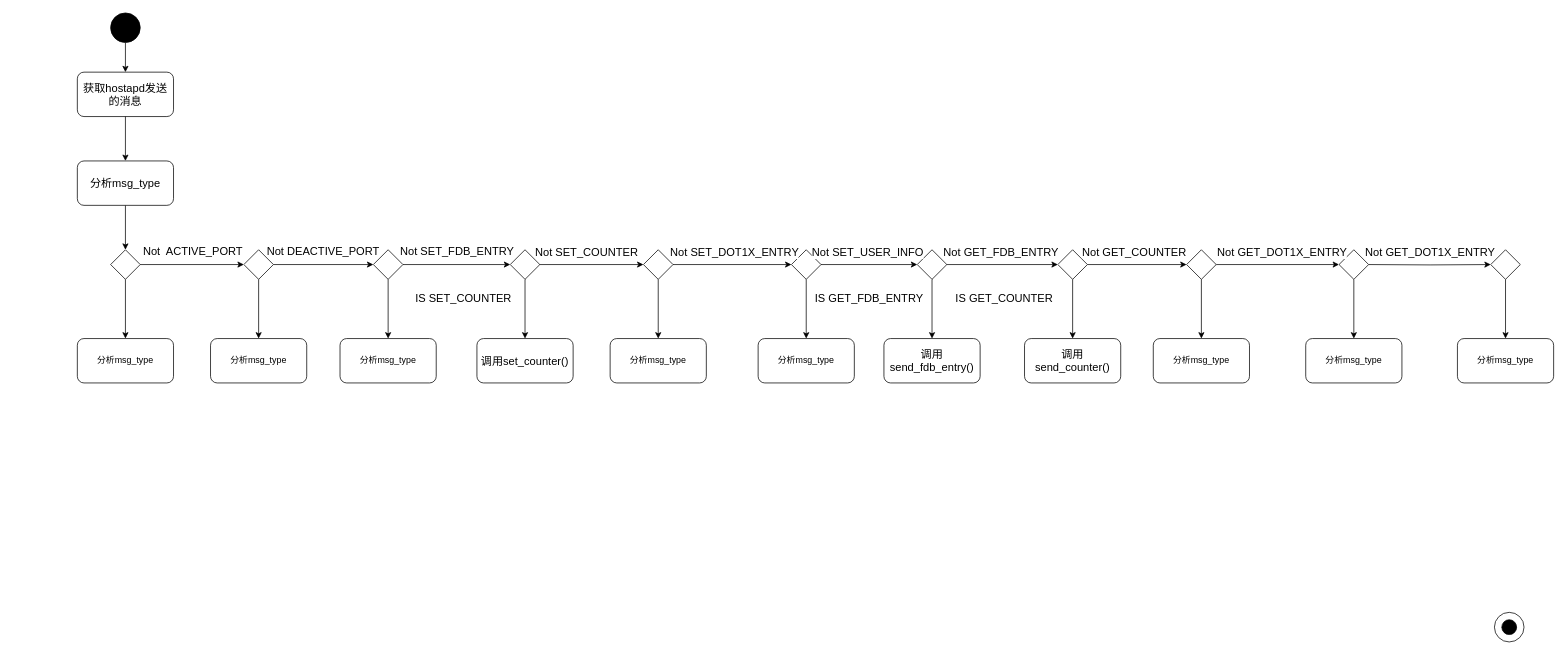
This is 未命名绘图.drawio from PATORITU/PATORITU, a draw.io file, before an edit. Source tidied: cells renumbered, new cells numbered last; positions are measured from the earlier drawing's top-left corner, leaving out a move shared by most shapes. Both pictures are drawn from the tidied source at 74%, with x=0, y=0 at pixel (77, 13).
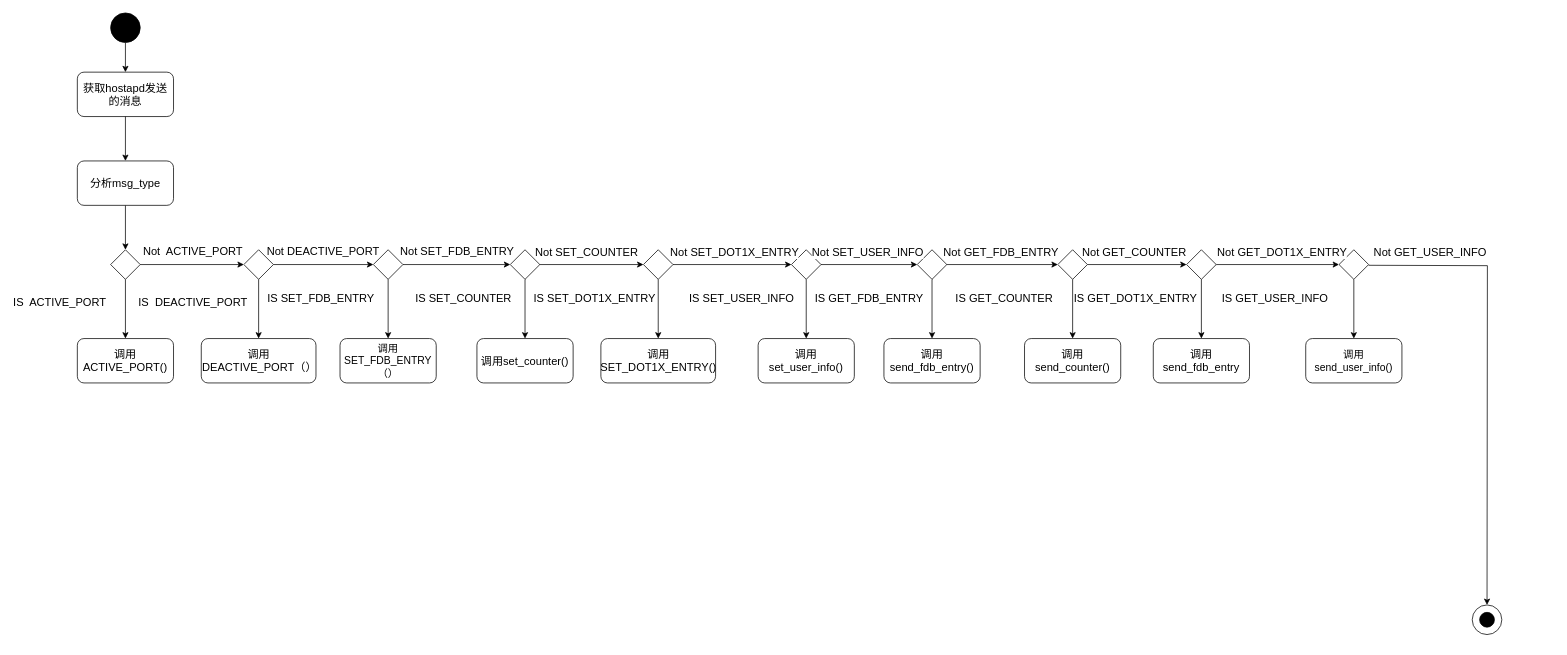
After the change.

Commit message:
更新未命名绘图.drawio

Diff of the diagram source:
```diff
@@
     <mxCell id="2" style="ellipse;whiteSpace=wrap;html=1;" parent="1" vertex="1">
-      <mxGeometry x="1915" y="810" width="40" height="40" as="geometry" />
+      <mxGeometry x="1885" y="800" width="40" height="40" as="geometry" />
     </mxCell>
     <mxCell id="3" style="ellipse;whiteSpace=wrap;html=1;fillColor=#000000;" parent="1" vertex="1">
-      <mxGeometry x="1925" y="820" width="20" height="20" as="geometry" />
+      <mxGeometry x="1895" y="810" width="20" height="20" as="geometry" />
     </mxCell>
@@
-    <mxCell id="40" value="分析msg_type" style="rounded=1;whiteSpace=wrap;html=1;" parent="1" vertex="1">
+    <mxCell id="40" value="&lt;font style=&quot;font-size: 15px;&quot;&gt;调用ACTIVE_PORT()&lt;/font&gt;" style="rounded=1;whiteSpace=wrap;html=1;" parent="1" vertex="1">
       <mxGeometry y="440" width="130" height="60" as="geometry" />
     </mxCell>
-    <mxCell id="41" value="分析msg_type" style="rounded=1;whiteSpace=wrap;html=1;" parent="1" vertex="1">
-      <mxGeometry x="180" y="440" width="130" height="60" as="geometry" />
+    <mxCell id="41" value="&lt;font style=&quot;font-size: 15px;&quot;&gt;调用DEACTIVE_PORT（）&lt;/font&gt;" style="rounded=1;whiteSpace=wrap;html=1;" parent="1" vertex="1">
+      <mxGeometry x="167.5" y="440" width="155" height="60" as="geometry" />
     </mxCell>
-    <mxCell id="42" value="分析msg_type" style="rounded=1;whiteSpace=wrap;html=1;" parent="1" vertex="1">
+    <mxCell id="42" value="&lt;font style=&quot;font-size: 14px;&quot;&gt;调用SET_FDB_ENTRY（）&lt;/font&gt;" style="rounded=1;whiteSpace=wrap;html=1;" parent="1" vertex="1">
       <mxGeometry x="355" y="440" width="130" height="60" as="geometry" />
     </mxCell>
@@
-    <mxCell id="44" value="分析msg_type" style="rounded=1;whiteSpace=wrap;html=1;" parent="1" vertex="1">
-      <mxGeometry x="720" y="440" width="130" height="60" as="geometry" />
+    <mxCell id="44" value="&lt;font style=&quot;font-size: 15px;&quot;&gt;调用SET_DOT1X_ENTRY()&lt;/font&gt;" style="rounded=1;whiteSpace=wrap;html=1;" parent="1" vertex="1">
+      <mxGeometry x="707.5" y="440" width="155" height="60" as="geometry" />
     </mxCell>
-    <mxCell id="45" value="分析msg_type" style="rounded=1;whiteSpace=wrap;html=1;" parent="1" vertex="1">
+    <mxCell id="45" value="&lt;font style=&quot;font-size: 15px;&quot;&gt;调用set_user_info()&lt;/font&gt;" style="rounded=1;whiteSpace=wrap;html=1;" parent="1" vertex="1">
       <mxGeometry x="920" y="440" width="130" height="60" as="geometry" />
     </mxCell>
@@
-    <mxCell id="48" value="分析msg_type" style="rounded=1;whiteSpace=wrap;html=1;" parent="1" vertex="1">
+    <mxCell id="48" value="&lt;font style=&quot;font-size: 15px;&quot;&gt;调用send_fdb_entry&lt;/font&gt;" style="rounded=1;whiteSpace=wrap;html=1;" parent="1" vertex="1">
       <mxGeometry x="1454" y="440" width="130" height="60" as="geometry" />
     </mxCell>
-    <mxCell id="49" value="分析msg_type" style="rounded=1;whiteSpace=wrap;html=1;" parent="1" vertex="1">
+    <mxCell id="49" value="&lt;font style=&quot;font-size: 14px;&quot;&gt;调用send_user_info()&lt;/font&gt;" style="rounded=1;whiteSpace=wrap;html=1;" parent="1" vertex="1">
       <mxGeometry x="1660" y="440" width="130" height="60" as="geometry" />
     </mxCell>
@@
-    <mxCell id="58" style="edgeStyle=orthogonalEdgeStyle;rounded=0;jettySize=auto;html=1;exitX=1;exitY=0.5;exitDx=0;exitDy=0;entryX=0;entryY=0.5;entryDx=0;entryDy=0;" parent="1" edge="1" target="60">
+    <mxCell id="58" style="edgeStyle=orthogonalEdgeStyle;rounded=0;orthogonalLoop=1;jettySize=auto;html=1;" parent="1" edge="1">
       <mxGeometry relative="1" as="geometry">
-        <mxPoint x="1745" y="340" as="sourcePoint" />
+        <mxPoint x="1745" y="341" as="sourcePoint" />
+        <mxPoint x="1905" y="800" as="targetPoint" />
       </mxGeometry>
     </mxCell>
-    <mxCell id="59" style="edgeStyle=orthogonalEdgeStyle;rounded=0;jettySize=auto;html=1;exitX=0.5;exitY=1;exitDx=0;exitDy=0;entryX=0.5;entryY=0;entryDx=0;entryDy=0;" parent="1" edge="1" source="60" target="61">
-      <mxGeometry relative="1" as="geometry" />
-    </mxCell>
-    <mxCell id="60" style="rhombus;whiteSpace=wrap;html=1;flipH=0;flipV=1;" parent="1" vertex="1">
-      <mxGeometry x="1910" y="320" width="40" height="40" as="geometry" />
-    </mxCell>
-    <mxCell id="61" value="分析msg_type" style="rounded=1;whiteSpace=wrap;html=1;" parent="1" vertex="1">
-      <mxGeometry x="1865" y="440" width="130" height="60" as="geometry" />
-    </mxCell>
-    <mxCell id="62" value="Not GET_DOT1X_ENTRY" style="edgeLabel;html=1;align=center;verticalAlign=middle;fontSize=15;" parent="1" vertex="1">
+    <mxCell id="62" value="Not GET_USER_INFO" style="edgeLabel;html=1;align=center;verticalAlign=middle;fontSize=15;" parent="1" vertex="1">
       <mxGeometry x="1825" y="300" as="geometry">
         <mxPoint x="2" y="22" as="offset" />
       </mxGeometry>
     </mxCell>
@@
+    <mxCell id="66" value="&lt;font style=&quot;font-size: 15px;&quot;&gt;IS SET_USER_INFO&lt;/font&gt;" style="text;whiteSpace=wrap;html=1;" parent="1" vertex="1">
+      <mxGeometry x="825" y="370" width="160" height="40" as="geometry" />
+    </mxCell>
+    <mxCell id="67" value="&lt;span style=&quot;font-size: 15px;&quot;&gt;IS GET_DOT1X_ENTRY&lt;/span&gt;" style="text;whiteSpace=wrap;html=1;" parent="1" vertex="1">
+      <mxGeometry x="1345" y="370" width="170" height="40" as="geometry" />
+    </mxCell>
+    <mxCell id="68" value="&lt;span style=&quot;font-size: 15px;&quot;&gt;IS GET_USER_INFO&lt;/span&gt;" style="text;whiteSpace=wrap;html=1;" parent="1" vertex="1">
+      <mxGeometry x="1545" y="370" width="170" height="40" as="geometry" />
+    </mxCell>
+    <mxCell id="69" value="IS&amp;nbsp; ACTIVE_PORT" style="edgeLabel;html=1;align=center;verticalAlign=middle;fontSize=15;" parent="1" vertex="1">
+      <mxGeometry x="-25" y="390" as="geometry" />
+    </mxCell>
+    <mxCell id="70" value="IS&amp;nbsp; DEACTIVE_PORT" style="edgeLabel;html=1;align=center;verticalAlign=middle;fontSize=15;" parent="1" vertex="1">
+      <mxGeometry x="155" y="390" as="geometry" />
+    </mxCell>
+    <mxCell id="71" value="&lt;font style=&quot;font-size: 15px;&quot;&gt;IS SET_FDB_ENTRY&lt;/font&gt;" style="text;whiteSpace=wrap;html=1;" parent="1" vertex="1">
+      <mxGeometry x="255" y="370" width="160" height="40" as="geometry" />
+    </mxCell>
+    <mxCell id="72" value="&lt;font style=&quot;font-size: 15px;&quot;&gt;IS SET_DOT1X_ENTRY&lt;/font&gt;" style="text;whiteSpace=wrap;html=1;" parent="1" vertex="1">
+      <mxGeometry x="615" y="370" width="180" height="40" as="geometry" />
+    </mxCell>
```
